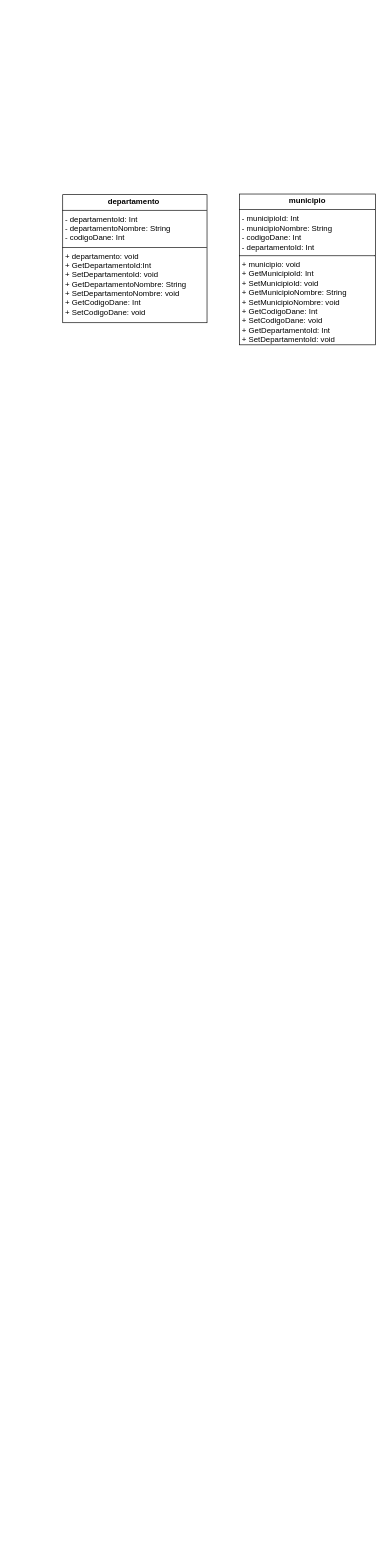
MasacradorM/Gestion-de-Maquinaria-y-Vehiculos keeps this draw.io diagram as MER/Diagrama_Clases.drawio. Above is the earlier version. Source tidied: cells renumbered, new cells numbered last; positions are measured from the earlier drawing's top-left corner, leaving out a move shared by most shapes. Both pictures are drawn from the tidied source at 65%, with x=0, y=0 at pixel (62, 194).
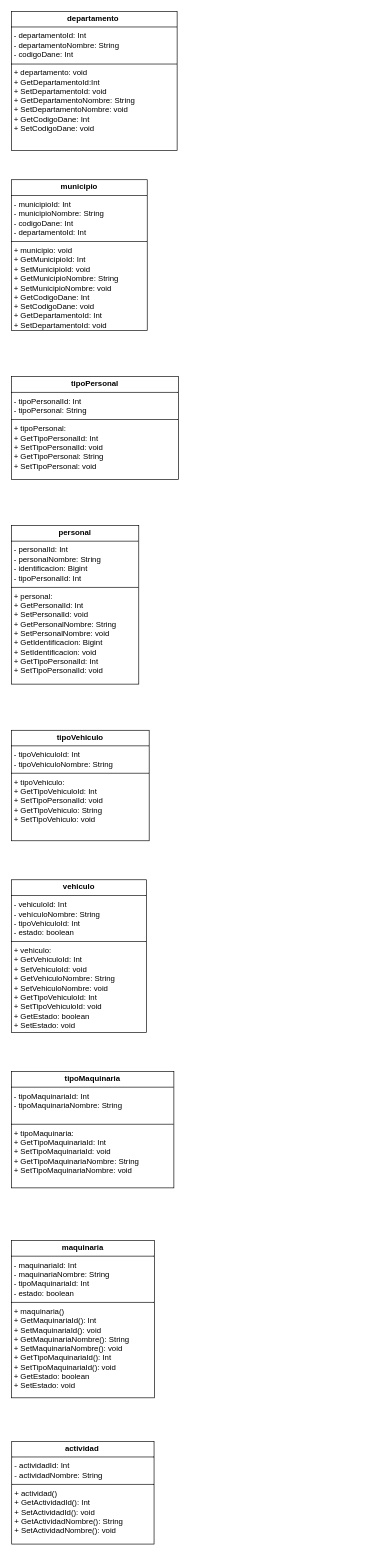
The same page after the edit.

Diff of the diagram source:
```diff
@@
 <mxGraphModel>
   <root>
     <mxCell id="0" />
     <mxCell id="1" parent="0" />
     <mxCell id="2" value="&lt;p style=&quot;margin:0px;margin-top:4px;text-align:center;&quot;&gt;&lt;b&gt;departamento&amp;nbsp;&lt;/b&gt;&lt;/p&gt;&lt;hr size=&quot;1&quot; style=&quot;border-style:solid;&quot;&gt;&lt;p style=&quot;margin:0px;margin-left:4px;&quot;&gt;- departamentoId: Int&lt;/p&gt;&lt;p style=&quot;margin:0px;margin-left:4px;&quot;&gt;- departamentoNombre: String&lt;/p&gt;&lt;p style=&quot;margin:0px;margin-left:4px;&quot;&gt;- codigoDane: Int&lt;/p&gt;&lt;hr size=&quot;1&quot; style=&quot;border-style:solid;&quot;&gt;&lt;p style=&quot;margin:0px;margin-left:4px;&quot;&gt;+ departamento: void&lt;/p&gt;&lt;p style=&quot;margin:0px;margin-left:4px;&quot;&gt;+ GetDepartamentoId:Int&lt;/p&gt;&lt;p style=&quot;margin:0px;margin-left:4px;&quot;&gt;+ SetDepartamentoId: void&lt;/p&gt;&lt;p style=&quot;margin:0px;margin-left:4px;&quot;&gt;+ GetDepartamentoNombre: String&lt;/p&gt;&lt;p style=&quot;margin:0px;margin-left:4px;&quot;&gt;+ SetDepartamentoNombre: void&lt;/p&gt;&lt;p style=&quot;margin:0px;margin-left:4px;&quot;&gt;+ GetCodigoDane: Int&lt;/p&gt;&lt;p style=&quot;margin:0px;margin-left:4px;&quot;&gt;+ SetCodigoDane: void&lt;/p&gt;" style="verticalAlign=top;align=left;overflow=fill;html=1;whiteSpace=wrap;" parent="1" vertex="1">
-      <mxGeometry y="1" width="222" height="197" as="geometry" />
+      <mxGeometry x="-79" y="-281" width="255" height="214" as="geometry" />
     </mxCell>
     <mxCell id="3" value="&lt;p style=&quot;margin:0px;margin-top:4px;text-align:center;&quot;&gt;&lt;b&gt;municipio&lt;/b&gt;&lt;/p&gt;&lt;hr size=&quot;1&quot; style=&quot;border-style:solid;&quot;&gt;&lt;p style=&quot;margin:0px;margin-left:4px;&quot;&gt;- municipioId: Int&lt;/p&gt;&lt;p style=&quot;margin:0px;margin-left:4px;&quot;&gt;- municipioNombre: String&lt;/p&gt;&lt;p style=&quot;margin:0px;margin-left:4px;&quot;&gt;- codigoDane: Int&lt;/p&gt;&lt;p style=&quot;margin:0px;margin-left:4px;&quot;&gt;- departamentoId: Int&lt;/p&gt;&lt;hr size=&quot;1&quot; style=&quot;border-style:solid;&quot;&gt;&lt;p style=&quot;margin:0px;margin-left:4px;&quot;&gt;+ municipio: void&lt;/p&gt;&lt;p style=&quot;margin:0px;margin-left:4px;&quot;&gt;+ GetMunicipioId: Int&lt;/p&gt;&lt;p style=&quot;margin:0px;margin-left:4px;&quot;&gt;+ SetMunicipioId: void&lt;/p&gt;&lt;p style=&quot;margin:0px;margin-left:4px;&quot;&gt;+ GetMunicipioNombre: String&lt;/p&gt;&lt;p style=&quot;margin:0px;margin-left:4px;&quot;&gt;+ SetMunicipioNombre: void&lt;/p&gt;&lt;p style=&quot;margin:0px;margin-left:4px;&quot;&gt;+ GetCodigoDane: Int&lt;/p&gt;&lt;p style=&quot;margin:0px;margin-left:4px;&quot;&gt;+ SetCodigoDane: void&lt;/p&gt;&lt;p style=&quot;margin:0px;margin-left:4px;&quot;&gt;+ GetDepartamentoId: Int&lt;/p&gt;&lt;p style=&quot;margin:0px;margin-left:4px;&quot;&gt;+ SetDepartamentoId: void&lt;/p&gt;" style="verticalAlign=top;align=left;overflow=fill;html=1;whiteSpace=wrap;" parent="1" vertex="1">
-      <mxGeometry x="272" width="209" height="232" as="geometry" />
+      <mxGeometry x="-79" y="-22" width="209" height="232" as="geometry" />
     </mxCell>
+    <mxCell id="4" value="&lt;p style=&quot;margin:0px;margin-top:4px;text-align:center;&quot;&gt;&lt;b&gt;tipoPersonal&lt;/b&gt;&lt;/p&gt;&lt;hr size=&quot;1&quot; style=&quot;border-style:solid;&quot;&gt;&lt;p style=&quot;margin:0px;margin-left:4px;&quot;&gt;&lt;span style=&quot;background-color: transparent; color: light-dark(rgb(0, 0, 0), rgb(255, 255, 255));&quot;&gt;- tipoPersonalId: Int&lt;/span&gt;&lt;/p&gt;&lt;p style=&quot;margin:0px;margin-left:4px;&quot;&gt;- tipoPersonal: String&lt;/p&gt;&lt;hr size=&quot;1&quot; style=&quot;border-style:solid;&quot;&gt;&lt;p style=&quot;margin:0px;margin-left:4px;&quot;&gt;+ tipoPersonal:&lt;/p&gt;&lt;p style=&quot;margin:0px;margin-left:4px;&quot;&gt;+ GetTipoPersonalId: Int&lt;/p&gt;&lt;p style=&quot;margin:0px;margin-left:4px;&quot;&gt;+ SetTipoPersonalId: void&lt;/p&gt;&lt;p style=&quot;margin:0px;margin-left:4px;&quot;&gt;+ GetTipoPersonal: String&lt;/p&gt;&lt;p style=&quot;margin:0px;margin-left:4px;&quot;&gt;+ SetTipoPersonal: void&lt;/p&gt;" style="verticalAlign=top;align=left;overflow=fill;html=1;whiteSpace=wrap;" parent="1" vertex="1">
+      <mxGeometry x="-79" y="281" width="257" height="158" as="geometry" />
+    </mxCell>
+    <mxCell id="5" value="&lt;p style=&quot;margin:0px;margin-top:4px;text-align:center;&quot;&gt;&lt;b&gt;personal&lt;/b&gt;&lt;/p&gt;&lt;hr size=&quot;1&quot; style=&quot;border-style:solid;&quot;&gt;&lt;p style=&quot;margin:0px;margin-left:4px;&quot;&gt;- personalId: Int&lt;/p&gt;&lt;p style=&quot;margin:0px;margin-left:4px;&quot;&gt;- personalNombre: String&lt;/p&gt;&lt;p style=&quot;margin:0px;margin-left:4px;&quot;&gt;- identificacion: Bigint&lt;/p&gt;&lt;p style=&quot;margin:0px;margin-left:4px;&quot;&gt;- tipoPersonalId: Int&lt;/p&gt;&lt;hr size=&quot;1&quot; style=&quot;border-style:solid;&quot;&gt;&lt;p style=&quot;margin:0px;margin-left:4px;&quot;&gt;+ personal:&lt;/p&gt;&lt;p style=&quot;margin:0px;margin-left:4px;&quot;&gt;+ GetPersonalId: Int&lt;/p&gt;&lt;p style=&quot;margin:0px;margin-left:4px;&quot;&gt;+ SetPersonalId: void&lt;/p&gt;&lt;p style=&quot;margin:0px;margin-left:4px;&quot;&gt;+ GetPersonalNombre: String&amp;nbsp;&lt;/p&gt;&lt;p style=&quot;margin:0px;margin-left:4px;&quot;&gt;+ SetPersonalNombre: void&lt;/p&gt;&lt;p style=&quot;margin:0px;margin-left:4px;&quot;&gt;+ GetIdentificacion: Bigint&lt;/p&gt;&lt;p style=&quot;margin:0px;margin-left:4px;&quot;&gt;+ SetIdentificacion: void&lt;/p&gt;&lt;p style=&quot;margin:0px;margin-left:4px;&quot;&gt;+ GetTipoPersonalId: Int&lt;/p&gt;&lt;p style=&quot;margin:0px;margin-left:4px;&quot;&gt;+ SetTipoPersonalId: void&lt;/p&gt;&lt;p style=&quot;margin:0px;margin-left:4px;&quot;&gt;&lt;br&gt;&lt;/p&gt;" style="verticalAlign=top;align=left;overflow=fill;html=1;whiteSpace=wrap;" parent="1" vertex="1">
+      <mxGeometry x="-79" y="510" width="196" height="244" as="geometry" />
+    </mxCell>
+    <mxCell id="6" value="&lt;p style=&quot;margin:0px;margin-top:4px;text-align:center;&quot;&gt;&lt;b&gt;tipoVehiculo&lt;/b&gt;&lt;/p&gt;&lt;hr size=&quot;1&quot; style=&quot;border-style:solid;&quot;&gt;&lt;p style=&quot;margin:0px;margin-left:4px;&quot;&gt;- tipoVehiculoId: Int&lt;/p&gt;&lt;p style=&quot;margin:0px;margin-left:4px;&quot;&gt;- tipoVehiculoNombre: String&lt;/p&gt;&lt;hr size=&quot;1&quot; style=&quot;border-style:solid;&quot;&gt;&lt;p style=&quot;margin:0px;margin-left:4px;&quot;&gt;+ tipoVehiculo:&lt;/p&gt;&lt;p style=&quot;margin:0px;margin-left:4px;&quot;&gt;+ GetTipoVehiculoId: Int&lt;/p&gt;&lt;p style=&quot;margin:0px;margin-left:4px;&quot;&gt;+ SetTipoPersonalId: void&lt;/p&gt;&lt;p style=&quot;margin:0px;margin-left:4px;&quot;&gt;+ GetTipoVehiculo: String&lt;/p&gt;&lt;p style=&quot;margin:0px;margin-left:4px;&quot;&gt;+ SetTipoVehiculo: void&lt;/p&gt;" style="verticalAlign=top;align=left;overflow=fill;html=1;whiteSpace=wrap;" parent="1" vertex="1">
+      <mxGeometry x="-79" y="825" width="212" height="170" as="geometry" />
+    </mxCell>
+    <mxCell id="7" value="&lt;p style=&quot;margin:0px;margin-top:4px;text-align:center;&quot;&gt;&lt;b&gt;vehiculo&lt;/b&gt;&lt;/p&gt;&lt;hr size=&quot;1&quot; style=&quot;border-style:solid;&quot;&gt;&lt;p style=&quot;margin:0px;margin-left:4px;&quot;&gt;- vehiculoId: Int&lt;/p&gt;&lt;p style=&quot;margin:0px;margin-left:4px;&quot;&gt;- vehículoNombre: String&lt;/p&gt;&lt;p style=&quot;margin:0px;margin-left:4px;&quot;&gt;- tipoVehiculoId: Int&lt;/p&gt;&lt;p style=&quot;margin:0px;margin-left:4px;&quot;&gt;- estado: boolean&lt;/p&gt;&lt;hr size=&quot;1&quot; style=&quot;border-style:solid;&quot;&gt;&lt;p style=&quot;margin:0px;margin-left:4px;&quot;&gt;+ vehiculo:&lt;/p&gt;&lt;p style=&quot;margin:0px;margin-left:4px;&quot;&gt;+ GetVehiculoId: Int&lt;/p&gt;&lt;p style=&quot;margin:0px;margin-left:4px;&quot;&gt;+ SetVehiculoId: void&lt;/p&gt;&lt;p style=&quot;margin:0px;margin-left:4px;&quot;&gt;+ GetVehiculoNombre: String&lt;/p&gt;&lt;p style=&quot;margin:0px;margin-left:4px;&quot;&gt;+ SetVehiculoNombre: void&lt;/p&gt;&lt;p style=&quot;margin:0px;margin-left:4px;&quot;&gt;+ GetTipoVehiculoId: Int&lt;/p&gt;&lt;p style=&quot;margin:0px;margin-left:4px;&quot;&gt;+ SetTipoVehiculoId: void&lt;/p&gt;&lt;p style=&quot;margin:0px;margin-left:4px;&quot;&gt;+ GetEstado: boolean&lt;/p&gt;&lt;p style=&quot;margin:0px;margin-left:4px;&quot;&gt;+ SetEstado: void&lt;/p&gt;" style="verticalAlign=top;align=left;overflow=fill;html=1;whiteSpace=wrap;" parent="1" vertex="1">
+      <mxGeometry x="-79" y="1055" width="208" height="235" as="geometry" />
+    </mxCell>
+    <mxCell id="8" value="&lt;p style=&quot;margin:0px;margin-top:4px;text-align:center;&quot;&gt;&lt;b&gt;tipoMaquinaria&lt;/b&gt;&lt;/p&gt;&lt;hr size=&quot;1&quot; style=&quot;border-style:solid;&quot;&gt;&lt;p style=&quot;margin:0px;margin-left:4px;&quot;&gt;- tipoMaquinariaId: Int&lt;/p&gt;&lt;p style=&quot;margin:0px;margin-left:4px;&quot;&gt;- tipoMaquinariaNombre: String&lt;/p&gt;&lt;p style=&quot;margin:0px;margin-left:4px;&quot;&gt;&lt;br&gt;&lt;/p&gt;&lt;hr size=&quot;1&quot; style=&quot;border-style:solid;&quot;&gt;&lt;p style=&quot;margin:0px;margin-left:4px;&quot;&gt;+ tipoMaquinaria:&lt;/p&gt;&lt;p style=&quot;margin:0px;margin-left:4px;&quot;&gt;+ GetTipoMaquinariaId: Int&lt;/p&gt;&lt;p style=&quot;margin:0px;margin-left:4px;&quot;&gt;+ SetTipoMaquinariaId: void&lt;/p&gt;&lt;p style=&quot;margin:0px;margin-left:4px;&quot;&gt;+ GetTipoMaquinariaNombre: String&lt;/p&gt;&lt;p style=&quot;margin:0px;margin-left:4px;&quot;&gt;+ SetTipoMaquinariaNombre: void&lt;/p&gt;" style="verticalAlign=top;align=left;overflow=fill;html=1;whiteSpace=wrap;" parent="1" vertex="1">
+      <mxGeometry x="-79" y="1350" width="250" height="179" as="geometry" />
+    </mxCell>
+    <mxCell id="9" value="&lt;p style=&quot;margin:0px;margin-top:4px;text-align:center;&quot;&gt;&lt;b&gt;maquinaria&lt;/b&gt;&lt;/p&gt;&lt;hr size=&quot;1&quot; style=&quot;border-style:solid;&quot;&gt;&lt;p style=&quot;margin:0px;margin-left:4px;&quot;&gt;- maquinariaId: Int&lt;/p&gt;&lt;p style=&quot;margin:0px;margin-left:4px;&quot;&gt;- maquinariaNombre: String&lt;/p&gt;&lt;p style=&quot;margin:0px;margin-left:4px;&quot;&gt;- tipoMaquinariaId: Int&lt;/p&gt;&lt;p style=&quot;margin:0px;margin-left:4px;&quot;&gt;- estado: boolean&lt;/p&gt;&lt;hr size=&quot;1&quot; style=&quot;border-style:solid;&quot;&gt;&lt;p style=&quot;margin:0px;margin-left:4px;&quot;&gt;+ maquinaria()&lt;/p&gt;&lt;p style=&quot;margin:0px;margin-left:4px;&quot;&gt;+ GetMaquinariaId(): Int&lt;/p&gt;&lt;p style=&quot;margin:0px;margin-left:4px;&quot;&gt;+ SetMaquinariaId(): void&lt;/p&gt;&lt;p style=&quot;margin:0px;margin-left:4px;&quot;&gt;+ GetMaquinariaNombre(): String&lt;/p&gt;&lt;p style=&quot;margin:0px;margin-left:4px;&quot;&gt;+ SetMaquinariaNombre(): void&lt;/p&gt;&lt;p style=&quot;margin:0px;margin-left:4px;&quot;&gt;+ GetTipoMaquinariaId(): Int&lt;/p&gt;&lt;p style=&quot;margin:0px;margin-left:4px;&quot;&gt;+ SetTipoMaquinariaId(): void&lt;/p&gt;&lt;p style=&quot;margin:0px;margin-left:4px;&quot;&gt;+ GetEstado: boolean&lt;/p&gt;&lt;p style=&quot;margin:0px;margin-left:4px;&quot;&gt;+ SetEstado: void&lt;/p&gt;&lt;p style=&quot;margin:0px;margin-left:4px;&quot;&gt;&lt;br&gt;&lt;/p&gt;" style="verticalAlign=top;align=left;overflow=fill;html=1;whiteSpace=wrap;" parent="1" vertex="1">
+      <mxGeometry x="-79" y="1610" width="220" height="242" as="geometry" />
+    </mxCell>
+    <mxCell id="10" value="&lt;p style=&quot;margin:0px;margin-top:4px;text-align:center;&quot;&gt;&lt;b&gt;actividad&amp;nbsp;&lt;/b&gt;&lt;/p&gt;&lt;hr size=&quot;1&quot; style=&quot;border-style:solid;&quot;&gt;&lt;p style=&quot;margin:0px;margin-left:4px;&quot;&gt;- actividadId: Int&lt;/p&gt;&lt;p style=&quot;margin:0px;margin-left:4px;&quot;&gt;- actividadNombre: String&lt;/p&gt;&lt;hr size=&quot;1&quot; style=&quot;border-style:solid;&quot;&gt;&lt;p style=&quot;margin:0px;margin-left:4px;&quot;&gt;+ actividad()&lt;/p&gt;&lt;p style=&quot;margin:0px;margin-left:4px;&quot;&gt;+ GetActividadId(): Int&lt;/p&gt;&lt;p style=&quot;margin:0px;margin-left:4px;&quot;&gt;+ SetActividadId(): void&lt;/p&gt;&lt;p style=&quot;margin:0px;margin-left:4px;&quot;&gt;+ GetActividadNombre(): String&lt;/p&gt;&lt;p style=&quot;margin:0px;margin-left:4px;&quot;&gt;+ SetActividadNombre(): void&lt;/p&gt;&lt;p style=&quot;margin:0px;margin-left:4px;&quot;&gt;&lt;br&gt;&lt;/p&gt;" style="verticalAlign=top;align=left;overflow=fill;html=1;whiteSpace=wrap;" parent="1" vertex="1">
+      <mxGeometry x="-78.5" y="1919" width="219" height="158" as="geometry" />
+    </mxCell>
   </root>
 </mxGraphModel>
```
